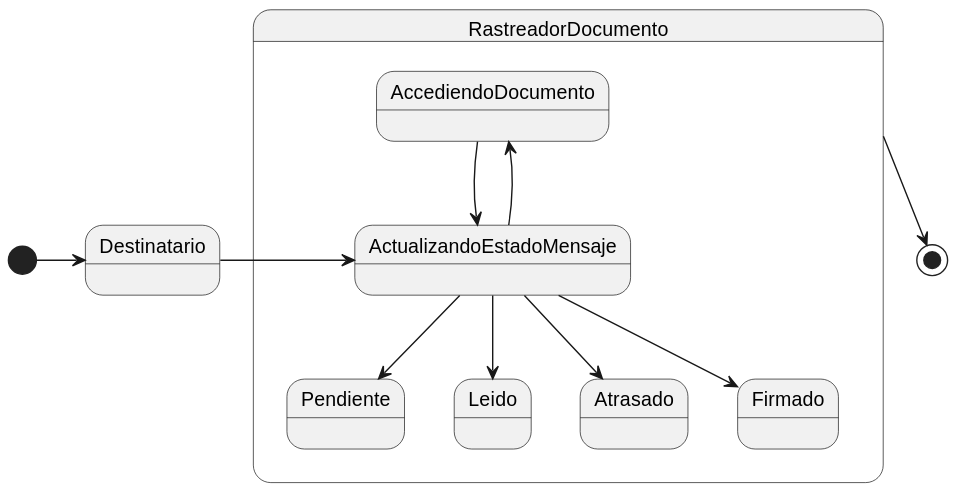
Before: docs/modeloDeDominio/diagramaDeEstados/TerceraIteracion/Rastreador documento/diagrama_de_estado_rastreador_documento.svg, a diagram exported from PlantUML (mmasias/24-25-IdSw1-SDR).
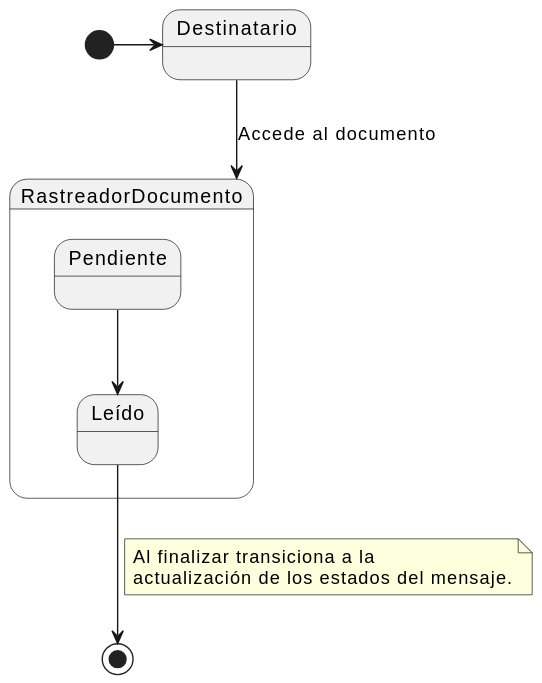
Above is the later version.

Commit message:
Actualiza diagrama de estado del rastreador de documentos para incluir transiciones y estados adicionales

What changed in the source:
```diff
@@ -2,19 +2,22 @@
 state Destinatario
 state startDestinatario  <<start>>
 startDestinatario -r-> Destinatario
+Destinatario --> RastreadorDocumento : Accede al documento
 
 state RastreadorDocumento {
 
-  ActualizandoEstadoMensaje --> AccediendoDocumento
-  AccediendoDocumento -r-> ActualizandoEstadoMensaje
+state Pendiente
 
-  ActualizandoEstadoMensaje --> Pendiente
-  ActualizandoEstadoMensaje --> Leido
-  ActualizandoEstadoMensaje --> Atrasado
-  ActualizandoEstadoMensaje --> Firmado
+state Leído
+
 }
 
-Destinatario -r-> ActualizandoEstadoMensaje
+Pendiente --> Leído
 
-RastreadorDocumento --> [*]
+Leído --> [*]
+
+note on link
+Al finalizar transiciona a la
+actualización de los estados del mensaje.
+end note
 @enduml
```
